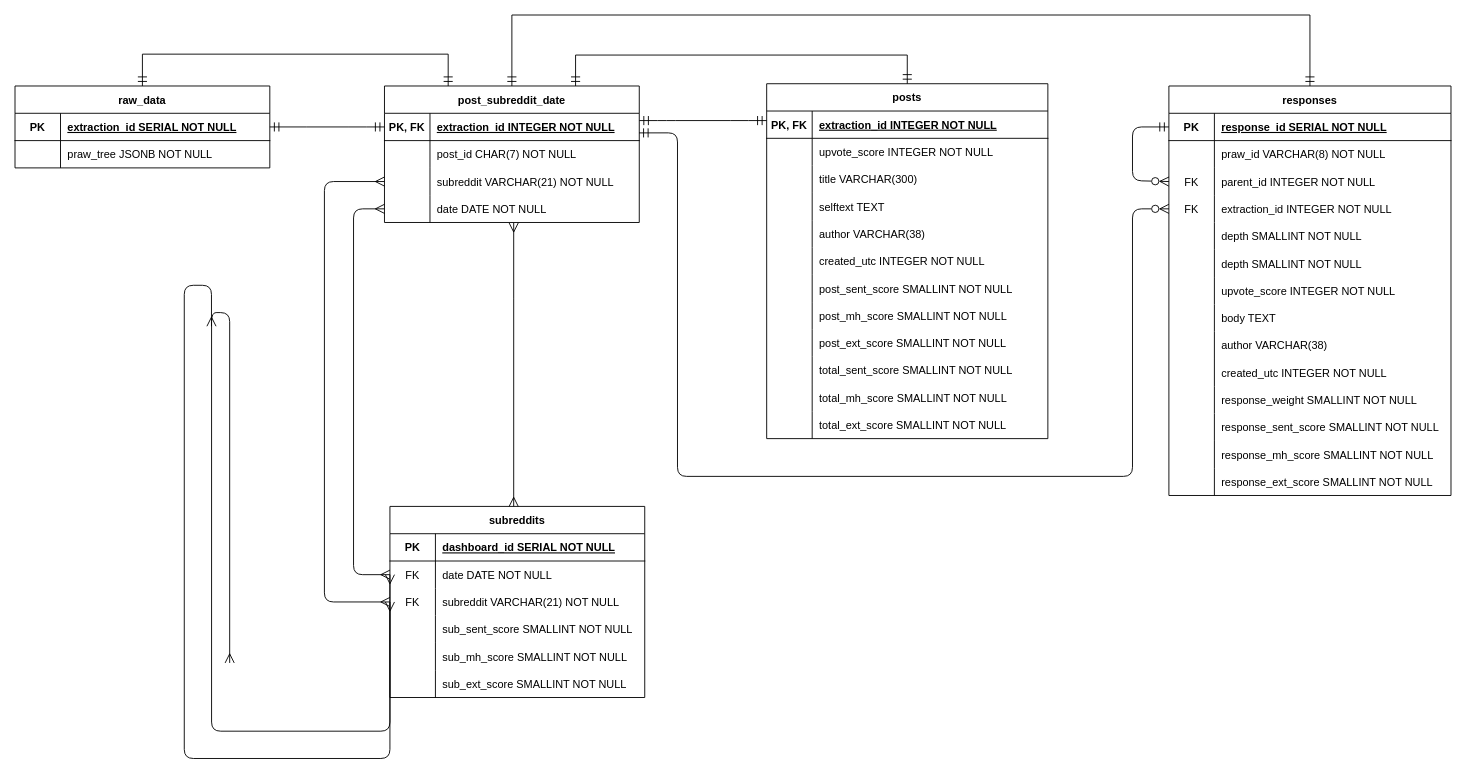
Before: assets/ERD.drawio in AustinLowey/social-media-trends-tracker, a draw.io diagram. Source tidied: cells renumbered, new cells numbered last; positions are measured from the earlier drawing's top-left corner, leaving out a move shared by most shapes. Both pictures are drawn from the tidied source at 91%, with x=0, y=0 at pixel (15, 15).
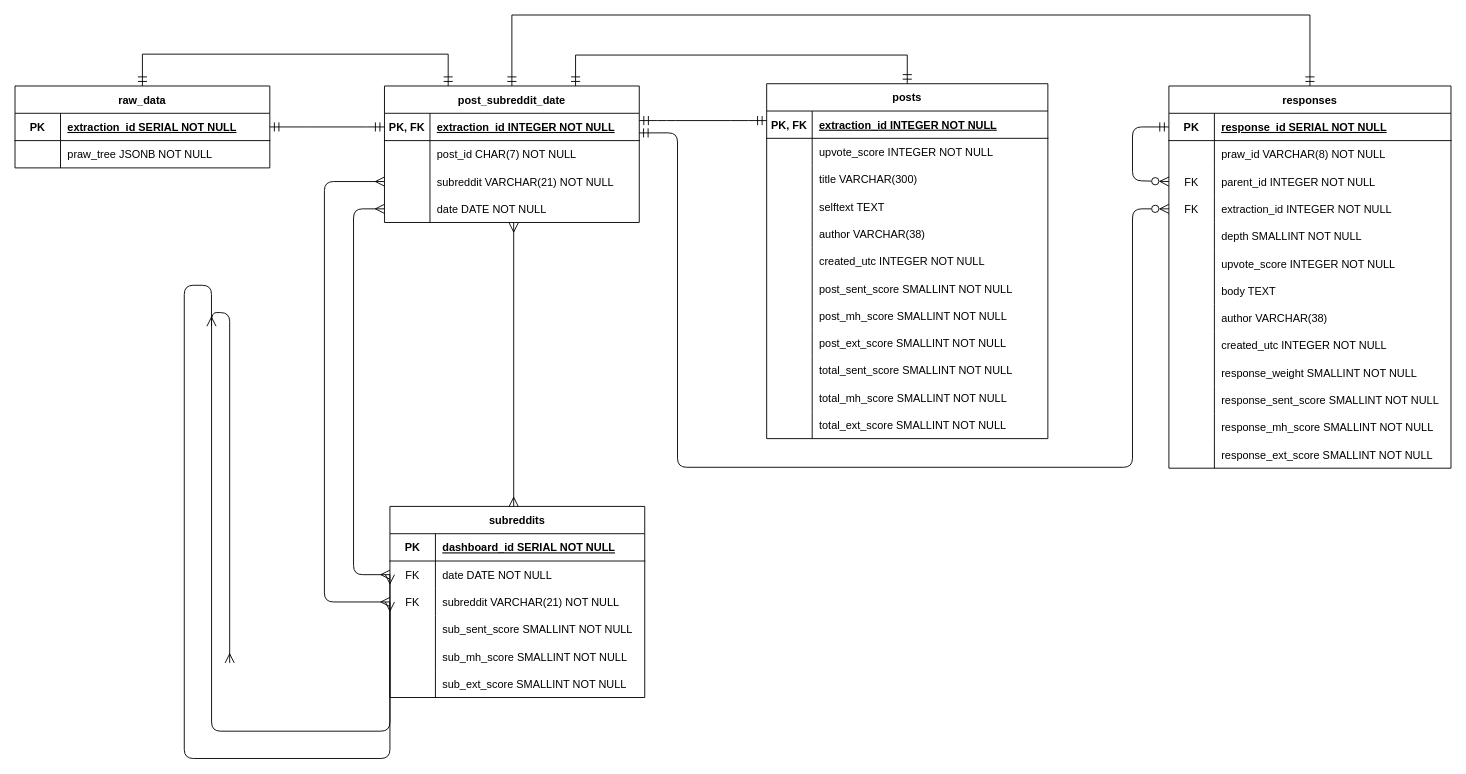
The same page after the edit.

The change refers to these unchanged cells:
```xml
<mxCell id="13" style="shape=partialRectangle;fillColor=none;points=[[0,0.5],[1,0.5]];portConstraint=eastwest;top=0;left=0;right=0;bottom=0;" parent="3" vertex="1">
  <mxGeometry y="120" width="310" height="30" as="geometry" />
</mxCell>
<mxCell id="79" style="shape=partialRectangle;fillColor=none;points=[[0,0.5],[1,0.5]];portConstraint=eastwest;top=0;left=0;right=0;bottom=1;" parent="78" vertex="1">
  <mxGeometry y="30" width="280" height="30" as="geometry" />
</mxCell>
```

Change to the diagram source:
```diff
@@
     <mxCell id="3" value="responses" style="shape=table;startSize=30;childLayout=tableLayout;rowLines=0;fontStyle=1;align=center;" parent="1" vertex="1">
-      <mxGeometry x="1268" y="78" width="310" height="450" as="geometry" />
+      <mxGeometry x="1268" y="78" width="310" height="420" as="geometry" />
     </mxCell>
@@
-    <mxCell id="19" style="shape=partialRectangle;fillColor=none;top=0;left=0;right=0;bottom=0;" parent="3" vertex="1">
-      <mxGeometry y="180" width="310" height="30" as="geometry" />
-    </mxCell>
-    <mxCell id="20" style="shape=partialRectangle;overflow=hidden;fillColor=none;top=0;left=0;bottom=0;right=0;" parent="19" vertex="1">
-      <mxGeometry width="50" height="30" as="geometry" />
-    </mxCell>
-    <mxCell id="21" value="depth SMALLINT NOT NULL" style="shape=partialRectangle;overflow=hidden;fillColor=none;top=0;left=0;bottom=0;right=0;align=left;spacingLeft=6;" parent="19" vertex="1">
-      <mxGeometry x="50" width="260" height="30" as="geometry" />
-    </mxCell>
     <mxCell id="22" style="shape=partialRectangle;fillColor=none;top=0;left=0;right=0;bottom=0;" parent="3" vertex="1">
-      <mxGeometry y="210" width="310" height="30" as="geometry" />
+      <mxGeometry y="180" width="310" height="30" as="geometry" />
     </mxCell>
@@
     <mxCell id="25" style="shape=partialRectangle;fillColor=none;top=0;left=0;right=0;bottom=0;" parent="3" vertex="1">
-      <mxGeometry y="240" width="310" height="30" as="geometry" />
+      <mxGeometry y="210" width="310" height="30" as="geometry" />
     </mxCell>
@@
     <mxCell id="28" style="shape=partialRectangle;fillColor=none;top=0;left=0;right=0;bottom=0;" parent="3" vertex="1">
-      <mxGeometry y="270" width="310" height="30" as="geometry" />
+      <mxGeometry y="240" width="310" height="30" as="geometry" />
     </mxCell>
@@
     <mxCell id="31" style="shape=partialRectangle;fillColor=none;top=0;left=0;right=0;bottom=0;" parent="3" vertex="1">
-      <mxGeometry y="300" width="310" height="30" as="geometry" />
+      <mxGeometry y="270" width="310" height="30" as="geometry" />
     </mxCell>
@@
     <mxCell id="34" style="shape=partialRectangle;fillColor=none;top=0;left=0;right=0;bottom=0;" parent="3" vertex="1">
-      <mxGeometry y="330" width="310" height="30" as="geometry" />
+      <mxGeometry y="300" width="310" height="30" as="geometry" />
     </mxCell>
@@
     <mxCell id="37" style="shape=partialRectangle;fillColor=none;top=0;left=0;right=0;bottom=0;" parent="3" vertex="1">
-      <mxGeometry y="360" width="310" height="30" as="geometry" />
+      <mxGeometry y="330" width="310" height="30" as="geometry" />
     </mxCell>
@@
     <mxCell id="40" style="shape=partialRectangle;fillColor=none;top=0;left=0;right=0;bottom=0;" parent="3" vertex="1">
-      <mxGeometry y="390" width="310" height="30" as="geometry" />
+      <mxGeometry y="360" width="310" height="30" as="geometry" />
     </mxCell>
@@
     <mxCell id="43" style="shape=partialRectangle;fillColor=none;top=0;left=0;right=0;bottom=0;" parent="3" vertex="1">
-      <mxGeometry y="420" width="310" height="30" as="geometry" />
+      <mxGeometry y="390" width="310" height="30" as="geometry" />
     </mxCell>
@@
     <mxCell id="74" style="edgeStyle=orthogonalEdgeStyle;rounded=1;jettySize=auto;html=1;endSize=8;startSize=8;startArrow=ERzeroToMany;startFill=0;endArrow=ERmandOne;endFill=0;entryX=0.999;entryY=0.718;entryDx=0;entryDy=0;entryPerimeter=0;exitX=0;exitY=0.5;exitDx=0;exitDy=0;curved=0;" parent="1" edge="1" source="13" target="79">
       <mxGeometry relative="1" as="geometry">
         <Array as="points">
           <mxPoint x="1228" y="213" />
-          <mxPoint x="1228" y="507" />
-          <mxPoint x="728" y="507" />
-          <mxPoint x="728" y="130" />
+          <mxPoint x="1228" y="497" />
+          <mxPoint x="728" y="497" />
+          <mxPoint x="728" y="129" />
         </Array>
       </mxGeometry>
     </mxCell>
```
